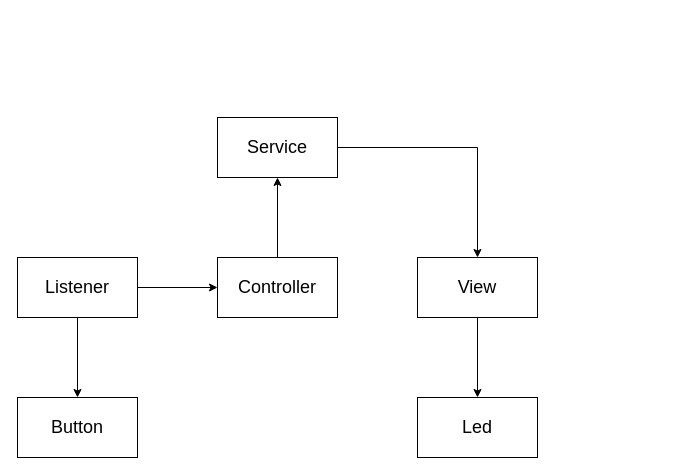
This is page "페이지-1" (1 of 2) of sw_design/architecture.drawio from 316415/StandLight_Clock, a draw.io file, before an edit. Source tidied: cells renumbered, new cells numbered last; positions are measured from the earlier drawing's top-left corner, leaving out a move shared by most shapes. Both pictures are drawn from the tidied source at 100%, with x=0, y=0 at pixel (17, 117).
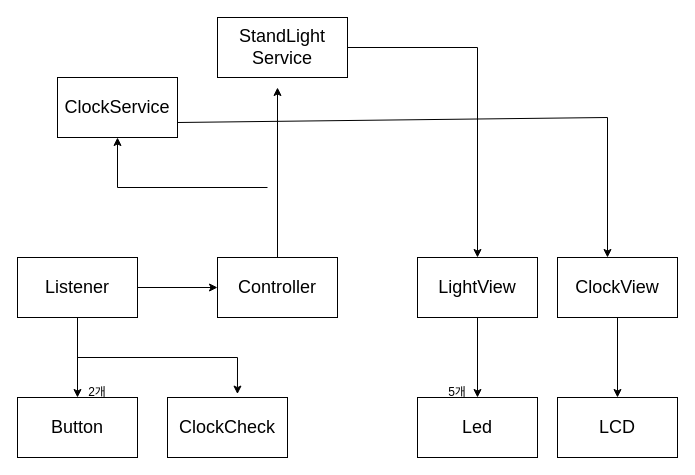
The same page after the edit.

Unchanged cells that the change refers to:
```xml
<mxCell id="7" value="Controller" style="whiteSpace=wrap;html=1;fontSize=18;" parent="1" vertex="1">
  <mxGeometry x="200" y="140" width="120" height="60" as="geometry" />
</mxCell>
```

The edit, as a diff of the source:
```diff
@@
-    <mxCell id="6" style="edgeStyle=none;html=1;fontSize=18;" parent="1" edge="1" source="7" target="12">
-      <mxGeometry relative="1" as="geometry" />
+    <mxCell id="6" style="edgeStyle=none;html=1;fontSize=18;" parent="1" edge="1" source="7">
+      <mxGeometry relative="1" as="geometry">
+        <mxPoint x="260" y="-30" as="targetPoint" />
+      </mxGeometry>
     </mxCell>
@@
-    <mxCell id="9" value="View" style="whiteSpace=wrap;html=1;fontSize=18;" parent="1" vertex="1">
+    <mxCell id="9" value="LightView" style="whiteSpace=wrap;html=1;fontSize=18;" parent="1" vertex="1">
       <mxGeometry x="400" y="140" width="120" height="60" as="geometry" />
     </mxCell>
@@
-    <mxCell id="12" value="Service" style="whiteSpace=wrap;html=1;fontSize=18;" parent="1" vertex="1">
-      <mxGeometry x="200" width="120" height="60" as="geometry" />
+    <mxCell id="12" value="StandLight&lt;br&gt;Service" style="whiteSpace=wrap;html=1;fontSize=18;" parent="1" vertex="1">
+      <mxGeometry x="200" y="-100" width="130" height="60" as="geometry" />
     </mxCell>
+    <mxCell id="13" value="2개" style="text;html=1;strokeColor=none;fillColor=none;align=center;verticalAlign=middle;whiteSpace=wrap;rounded=0;" parent="1" vertex="1">
+      <mxGeometry x="50" y="260" width="60" height="30" as="geometry" />
+    </mxCell>
+    <mxCell id="14" value="5개" style="text;html=1;strokeColor=none;fillColor=none;align=center;verticalAlign=middle;whiteSpace=wrap;rounded=0;" parent="1" vertex="1">
+      <mxGeometry x="410" y="260" width="60" height="30" as="geometry" />
+    </mxCell>
+    <mxCell id="15" style="edgeStyle=none;html=1;fontSize=18;rounded=0;entryX=0.5;entryY=0;entryDx=0;entryDy=0;exitX=0.5;exitY=1;exitDx=0;exitDy=0;" parent="1" edge="1" source="20" target="16">
+      <mxGeometry relative="1" as="geometry" />
+    </mxCell>
+    <mxCell id="16" value="LCD" style="whiteSpace=wrap;html=1;fontSize=18;" parent="1" vertex="1">
+      <mxGeometry x="540" y="280" width="120" height="60" as="geometry" />
+    </mxCell>
+    <mxCell id="17" value="ClockService" style="whiteSpace=wrap;html=1;fontSize=18;" parent="1" vertex="1">
+      <mxGeometry x="40" y="-40" width="120" height="60" as="geometry" />
+    </mxCell>
+    <mxCell id="18" style="endArrow=classic;html=1;rounded=0;entryX=0.5;entryY=1;entryDx=0;entryDy=0;" parent="1" edge="1" target="17">
+      <mxGeometry relative="1" as="geometry">
+        <mxPoint x="250" y="70" as="sourcePoint" />
+        <Array as="points">
+          <mxPoint x="100" y="70" />
+        </Array>
+      </mxGeometry>
+    </mxCell>
+    <mxCell id="19" style="endArrow=classic;html=1;rounded=0;exitX=1;exitY=0.75;exitDx=0;exitDy=0;" parent="1" edge="1" source="17">
+      <mxGeometry relative="1" as="geometry">
+        <mxPoint x="590" y="140" as="targetPoint" />
+        <Array as="points">
+          <mxPoint x="590" />
+        </Array>
+      </mxGeometry>
+    </mxCell>
+    <mxCell id="20" value="ClockView" style="whiteSpace=wrap;html=1;fontSize=18;" parent="1" vertex="1">
+      <mxGeometry x="540" y="140" width="120" height="60" as="geometry" />
+    </mxCell>
+    <mxCell id="21" value="ClockCheck" style="whiteSpace=wrap;html=1;fontSize=18;" parent="1" vertex="1">
+      <mxGeometry x="150" y="280" width="120" height="60" as="geometry" />
+    </mxCell>
+    <mxCell id="22" style="endArrow=classic;html=1;rounded=0;entryX=0.583;entryY=-0.057;entryDx=0;entryDy=0;entryPerimeter=0;" parent="1" edge="1" target="21">
+      <mxGeometry relative="1" as="geometry">
+        <mxPoint x="60" y="240" as="sourcePoint" />
+        <Array as="points">
+          <mxPoint x="220" y="240" />
+        </Array>
+      </mxGeometry>
+    </mxCell>
```
